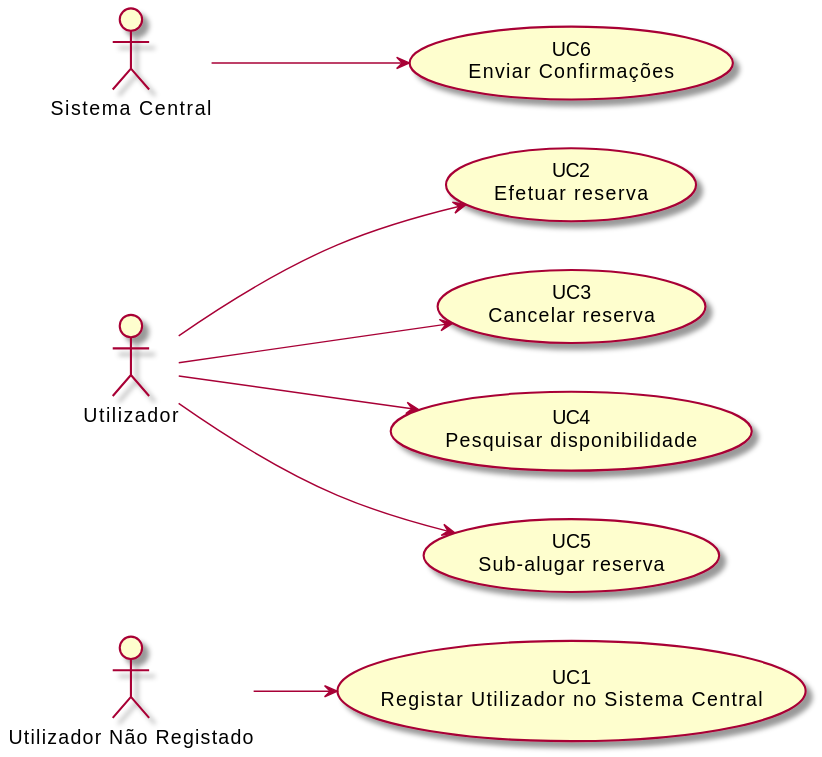
The PlantUML diagram Documentos/Sprint3/DUC/DUC.svg in UPskillDOTNET/Jakim-das-Coives-S.A., before a commit.
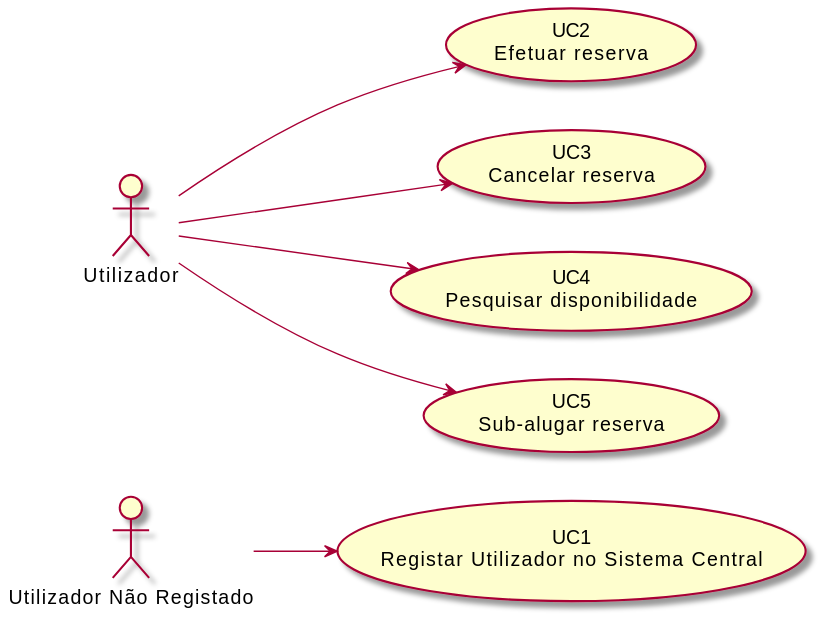
Above is the later version.

The edit, as a diff of the source:
```diff
@@ -3,19 +3,16 @@
 
 actor "Utilizador Não Registado" as UNR
 actor "Utilizador" as U
-actor "Sistema Central" as SC
 
 usecase "UC1\nRegistar Utilizador no Sistema Central" as UC1
 usecase "UC2\nEfetuar reserva" as UC2
 usecase "UC3\nCancelar reserva" as UC3
 usecase "UC4\nPesquisar disponibilidade" as UC4
 usecase "UC5\nSub-alugar reserva" as UC5
-usecase "UC6\nEnviar Confirmações" as UC6
 
 UNR --> UC1
 U --> UC2
 U --> UC3
 U --> UC4
 U --> UC5
-SC --> UC6
 @enduml
```
